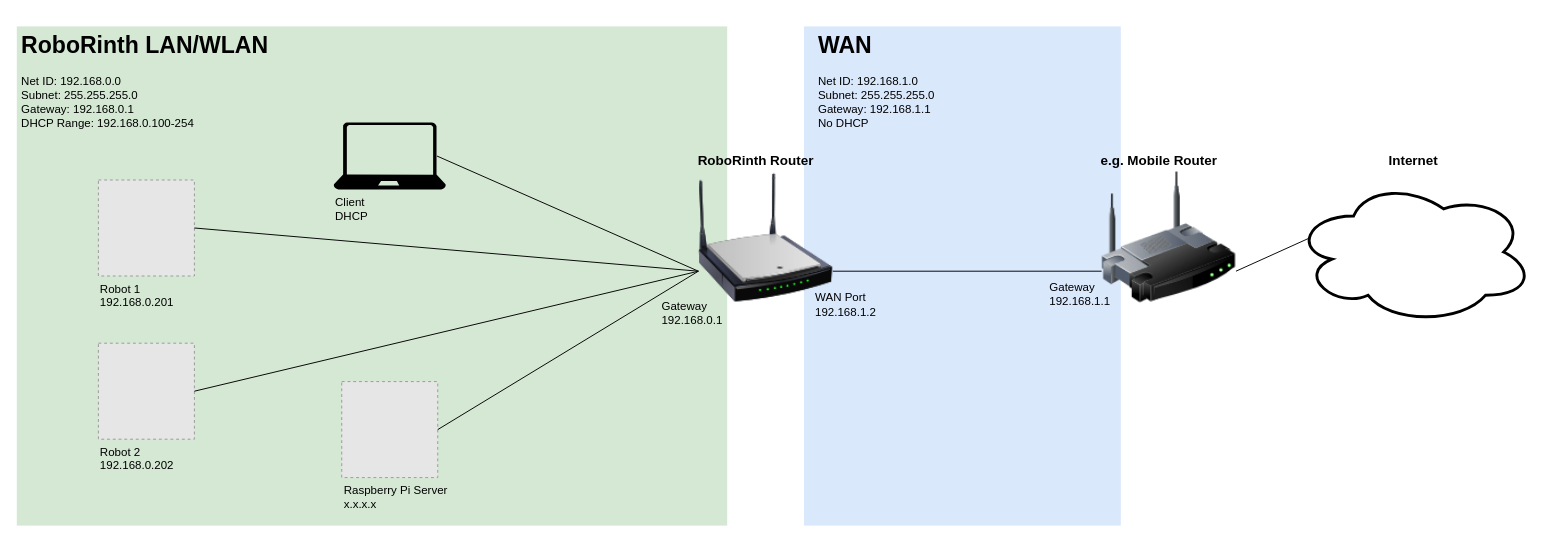
The draw.io diagram infrastructure/RoboRinth Network.drawio in icebear8/roboRinth, before the edit. Source tidied: cells renumbered, new cells numbered last; positions are measured from the earlier drawing's top-left corner, leaving out a move shared by most shapes. Both pictures are drawn from the tidied source at 96%, with x=0, y=0 at pixel (16, 26). Pictures stored in the file or linked from it are replaced by grey dashed boxes.
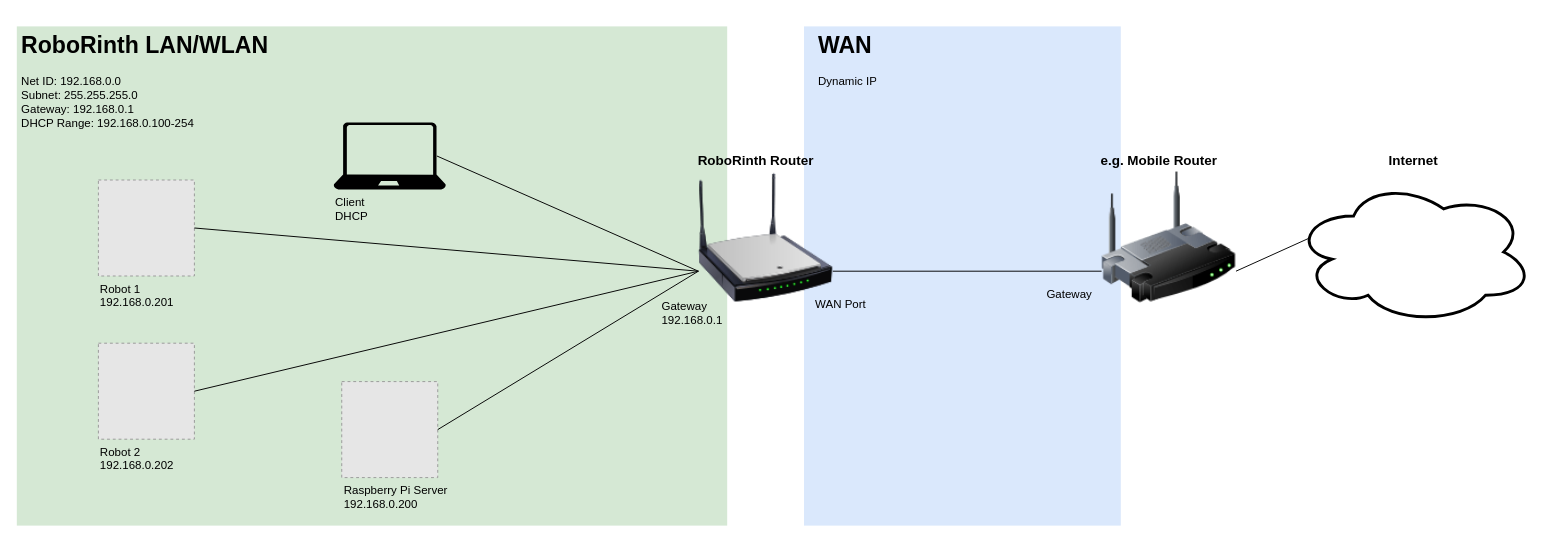
Above is the later version.

Commit message (it also covers changes not shown here):
update network infrastructure diagram

What changed in the source:
```diff
@@
-    <mxCell id="8" value="Raspberry Pi Server&lt;br&gt;x.x.x.x" style="fillColor=#E6E6E6;strokeColor=#999999;dashed=1;html=1;verticalAlign=top;verticalLabelPosition=bottom;labelBackgroundColor=none;align=left;" parent="1" vertex="1">
+    <mxCell id="8" value="Raspberry Pi Server&lt;br&gt;192.168.0.200" style="fillColor=#E6E6E6;strokeColor=#999999;dashed=1;html=1;verticalAlign=top;verticalLabelPosition=bottom;labelBackgroundColor=none;align=left;" parent="1" vertex="1">
       <mxGeometry x="338.5" y="370" width="100" height="100" as="geometry" />
     </mxCell>
@@
-    <mxCell id="19" value="&lt;div align=&quot;left&quot;&gt;WAN Port&lt;br&gt;192.168.1.2&lt;br&gt;&lt;/div&gt;" style="text;html=1;strokeColor=none;fillColor=none;align=left;verticalAlign=middle;whiteSpace=wrap;rounded=0;labelBackgroundColor=none;" parent="1" vertex="1">
+    <mxCell id="19" value="&lt;div align=&quot;left&quot;&gt;WAN Port&lt;br&gt;&lt;/div&gt;" style="text;html=1;strokeColor=none;fillColor=none;align=left;verticalAlign=middle;whiteSpace=wrap;rounded=0;labelBackgroundColor=none;" parent="1" vertex="1">
       <mxGeometry x="830" y="265" width="120" height="50" as="geometry" />
     </mxCell>
-    <mxCell id="20" value="&lt;h1&gt;WAN&lt;br&gt;&lt;/h1&gt;&lt;p&gt;Net ID: 192.168.1.0&lt;br&gt;Subnet: 255.255.255.0&lt;br&gt;Gateway: 192.168.1.1&lt;br&gt;No DHCP&lt;br&gt;&lt;br&gt;&lt;/p&gt;" style="text;html=1;strokeColor=none;fillColor=none;spacing=5;spacingTop=-20;whiteSpace=wrap;overflow=hidden;rounded=0;" parent="1" vertex="1">
+    <mxCell id="20" value="&lt;h1&gt;WAN&lt;br&gt;&lt;/h1&gt;&lt;p&gt;Dynamic IP&lt;br&gt;&lt;/p&gt;" style="text;html=1;strokeColor=none;fillColor=none;spacing=5;spacingTop=-20;whiteSpace=wrap;overflow=hidden;rounded=0;" parent="1" vertex="1">
       <mxGeometry x="830" width="270" height="120" as="geometry" />
     </mxCell>
-    <mxCell id="21" value="&lt;div align=&quot;left&quot;&gt;Gateway&lt;br&gt;192.168.1.1&lt;br&gt;&lt;/div&gt;" style="text;html=1;strokeColor=none;fillColor=none;align=left;verticalAlign=middle;whiteSpace=wrap;rounded=0;labelBackgroundColor=none;" parent="1" vertex="1">
-      <mxGeometry x="1074" y="253.5" width="120" height="50" as="geometry" />
+    <mxCell id="21" value="&lt;div align=&quot;left&quot;&gt;Gateway&lt;br&gt;&lt;/div&gt;" style="text;html=1;strokeColor=none;fillColor=none;align=left;verticalAlign=middle;whiteSpace=wrap;rounded=0;labelBackgroundColor=none;" parent="1" vertex="1">
+      <mxGeometry x="1071" y="253.5" width="120" height="50" as="geometry" />
     </mxCell>
```
